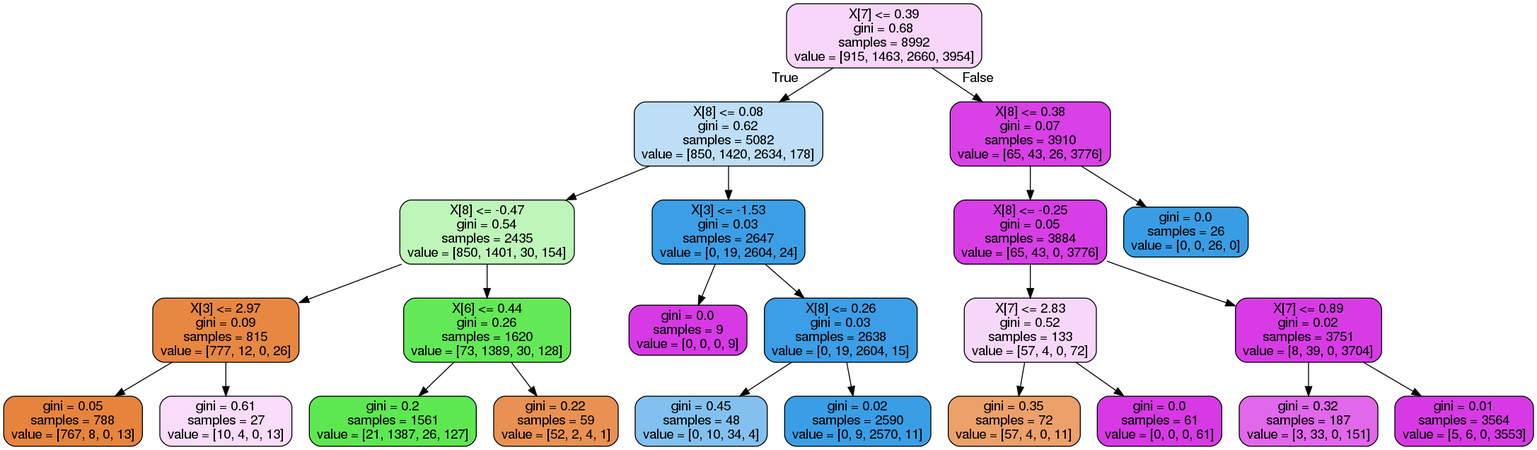
Before: tree.png, a diagram exported from Graphviz (ericaltenburg/TXStateREU). Its source is kept beside it as tree.dot. Its diagram source:
```dot
digraph Tree {
node [shape=box, style="filled, rounded", color="black", fontname=helvetica] ;
edge [fontname=helvetica] ;
0 [label="X[7] <= 0.39\ngini = 0.68\nsamples = 8992\nvalue = [915, 1463, 2660, 3954]", fillcolor="#d739e534"] ;
1 [label="X[8] <= 0.08\ngini = 0.62\nsamples = 5082\nvalue = [850, 1420, 2634, 178]", fillcolor="#399de555"] ;
0 -> 1 [labeldistance=2.5, labelangle=45, headlabel="True"] ;
2 [label="X[8] <= -0.47\ngini = 0.54\nsamples = 2435\nvalue = [850, 1401, 30, 154]", fillcolor="#47e53959"] ;
1 -> 2 ;
3 [label="X[3] <= 2.97\ngini = 0.09\nsamples = 815\nvalue = [777, 12, 0, 26]", fillcolor="#e58139f3"] ;
2 -> 3 ;
4 [label="gini = 0.05\nsamples = 788\nvalue = [767, 8, 0, 13]", fillcolor="#e58139f8"] ;
3 -> 4 ;
5 [label="gini = 0.61\nsamples = 27\nvalue = [10, 4, 0, 13]", fillcolor="#d739e52d"] ;
3 -> 5 ;
6 [label="X[6] <= 0.44\ngini = 0.26\nsamples = 1620\nvalue = [73, 1389, 30, 128]", fillcolor="#47e539d8"] ;
2 -> 6 ;
7 [label="gini = 0.2\nsamples = 1561\nvalue = [21, 1387, 26, 127]", fillcolor="#47e539e0"] ;
6 -> 7 ;
8 [label="gini = 0.22\nsamples = 59\nvalue = [52, 2, 4, 1]", fillcolor="#e58139df"] ;
6 -> 8 ;
9 [label="X[3] <= -1.53\ngini = 0.03\nsamples = 2647\nvalue = [0, 19, 2604, 24]", fillcolor="#399de5fb"] ;
1 -> 9 ;
10 [label="gini = 0.0\nsamples = 9\nvalue = [0, 0, 0, 9]", fillcolor="#d739e5ff"] ;
9 -> 10 ;
11 [label="X[8] <= 0.26\ngini = 0.03\nsamples = 2638\nvalue = [0, 19, 2604, 15]", fillcolor="#399de5fc"] ;
9 -> 11 ;
12 [label="gini = 0.45\nsamples = 48\nvalue = [0, 10, 34, 4]", fillcolor="#399de5a1"] ;
11 -> 12 ;
13 [label="gini = 0.02\nsamples = 2590\nvalue = [0, 9, 2570, 11]", fillcolor="#399de5fd"] ;
11 -> 13 ;
14 [label="X[8] <= 0.38\ngini = 0.07\nsamples = 3910\nvalue = [65, 43, 26, 3776]", fillcolor="#d739e5f6"] ;
0 -> 14 [labeldistance=2.5, labelangle=-45, headlabel="False"] ;
15 [label="X[8] <= -0.25\ngini = 0.05\nsamples = 3884\nvalue = [65, 43, 0, 3776]", fillcolor="#d739e5f8"] ;
14 -> 15 ;
16 [label="X[7] <= 2.83\ngini = 0.52\nsamples = 133\nvalue = [57, 4, 0, 72]", fillcolor="#d739e532"] ;
15 -> 16 ;
17 [label="gini = 0.35\nsamples = 72\nvalue = [57, 4, 0, 11]", fillcolor="#e58139c0"] ;
16 -> 17 ;
18 [label="gini = 0.0\nsamples = 61\nvalue = [0, 0, 0, 61]", fillcolor="#d739e5ff"] ;
16 -> 18 ;
19 [label="X[7] <= 0.89\ngini = 0.02\nsamples = 3751\nvalue = [8, 39, 0, 3704]", fillcolor="#d739e5fc"] ;
15 -> 19 ;
20 [label="gini = 0.32\nsamples = 187\nvalue = [3, 33, 0, 151]", fillcolor="#d739e5c3"] ;
19 -> 20 ;
21 [label="gini = 0.01\nsamples = 3564\nvalue = [5, 6, 0, 3553]", fillcolor="#d739e5fe"] ;
19 -> 21 ;
22 [label="gini = 0.0\nsamples = 26\nvalue = [0, 0, 26, 0]", fillcolor="#399de5ff"] ;
14 -> 22 ;
}
```
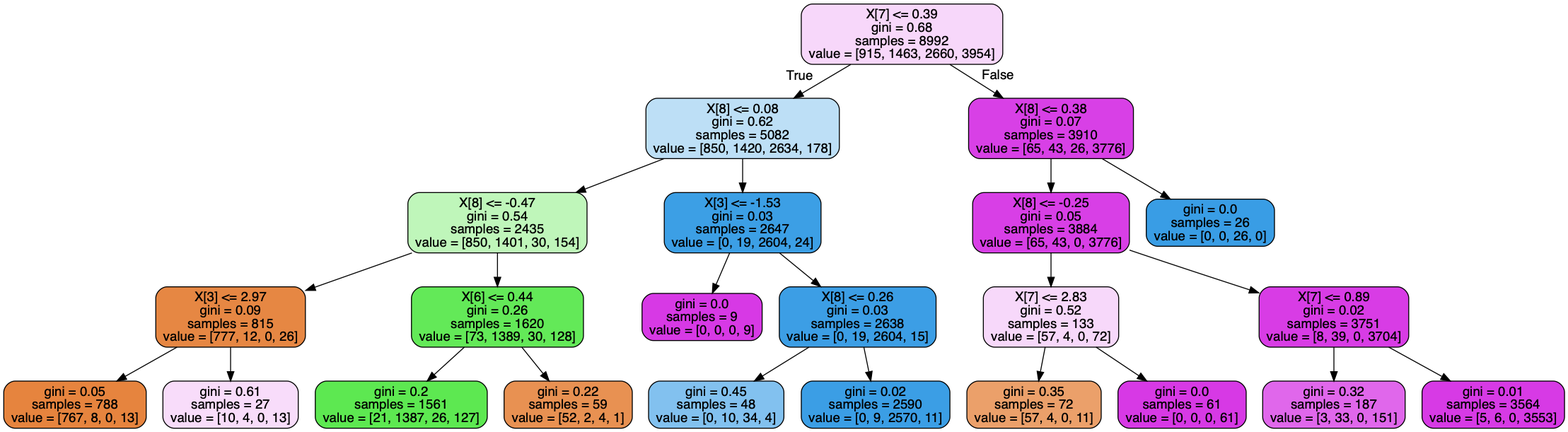
Later version of the same file.

Commit message:
Remove code that opens the tree after building.

What changed in the source:
```diff
@@ -1,49 +1,49 @@
 digraph Tree {
 node [shape=box, style="filled, rounded", color="black", fontname=helvetica] ;
 edge [fontname=helvetica] ;
-0 [label="X[7] <= 0.39\ngini = 0.68\nsamples = 8992\nvalue = [915, 1463, 2660, 3954]", fillcolor="#d739e534"] ;
-1 [label="X[8] <= 0.08\ngini = 0.62\nsamples = 5082\nvalue = [850, 1420, 2634, 178]", fillcolor="#399de555"] ;
+0 [label="X[7] <= 0.39\ngini = 0.68\nsamples = 8992\nvalue = [915, 1463, 2660, 3954]", fillcolor="#f7d7fa"] ;
+1 [label="X[8] <= 0.08\ngini = 0.62\nsamples = 5082\nvalue = [850, 1420, 2634, 178]", fillcolor="#bddff6"] ;
 0 -> 1 [labeldistance=2.5, labelangle=45, headlabel="True"] ;
-2 [label="X[8] <= -0.47\ngini = 0.54\nsamples = 2435\nvalue = [850, 1401, 30, 154]", fillcolor="#47e53959"] ;
+2 [label="X[8] <= -0.47\ngini = 0.54\nsamples = 2435\nvalue = [850, 1401, 30, 154]", fillcolor="#bff6ba"] ;
 1 -> 2 ;
-3 [label="X[3] <= 2.97\ngini = 0.09\nsamples = 815\nvalue = [777, 12, 0, 26]", fillcolor="#e58139f3"] ;
+3 [label="X[3] <= 2.97\ngini = 0.09\nsamples = 815\nvalue = [777, 12, 0, 26]", fillcolor="#e68743"] ;
 2 -> 3 ;
-4 [label="gini = 0.05\nsamples = 788\nvalue = [767, 8, 0, 13]", fillcolor="#e58139f8"] ;
+4 [label="gini = 0.05\nsamples = 788\nvalue = [767, 8, 0, 13]", fillcolor="#e6843e"] ;
 3 -> 4 ;
-5 [label="gini = 0.61\nsamples = 27\nvalue = [10, 4, 0, 13]", fillcolor="#d739e52d"] ;
+5 [label="gini = 0.61\nsamples = 27\nvalue = [10, 4, 0, 13]", fillcolor="#f8dcfa"] ;
 3 -> 5 ;
-6 [label="X[6] <= 0.44\ngini = 0.26\nsamples = 1620\nvalue = [73, 1389, 30, 128]", fillcolor="#47e539d8"] ;
+6 [label="X[6] <= 0.44\ngini = 0.26\nsamples = 1620\nvalue = [73, 1389, 30, 128]", fillcolor="#63e958"] ;
 2 -> 6 ;
-7 [label="gini = 0.2\nsamples = 1561\nvalue = [21, 1387, 26, 127]", fillcolor="#47e539e0"] ;
+7 [label="gini = 0.2\nsamples = 1561\nvalue = [21, 1387, 26, 127]", fillcolor="#5de851"] ;
 6 -> 7 ;
-8 [label="gini = 0.22\nsamples = 59\nvalue = [52, 2, 4, 1]", fillcolor="#e58139df"] ;
+8 [label="gini = 0.22\nsamples = 59\nvalue = [52, 2, 4, 1]", fillcolor="#e89152"] ;
 6 -> 8 ;
-9 [label="X[3] <= -1.53\ngini = 0.03\nsamples = 2647\nvalue = [0, 19, 2604, 24]", fillcolor="#399de5fb"] ;
+9 [label="X[3] <= -1.53\ngini = 0.03\nsamples = 2647\nvalue = [0, 19, 2604, 24]", fillcolor="#3c9fe5"] ;
 1 -> 9 ;
-10 [label="gini = 0.0\nsamples = 9\nvalue = [0, 0, 0, 9]", fillcolor="#d739e5ff"] ;
+10 [label="gini = 0.0\nsamples = 9\nvalue = [0, 0, 0, 9]", fillcolor="#d739e5"] ;
 9 -> 10 ;
-11 [label="X[8] <= 0.26\ngini = 0.03\nsamples = 2638\nvalue = [0, 19, 2604, 15]", fillcolor="#399de5fc"] ;
+11 [label="X[8] <= 0.26\ngini = 0.03\nsamples = 2638\nvalue = [0, 19, 2604, 15]", fillcolor="#3c9ee5"] ;
 9 -> 11 ;
-12 [label="gini = 0.45\nsamples = 48\nvalue = [0, 10, 34, 4]", fillcolor="#399de5a1"] ;
+12 [label="gini = 0.45\nsamples = 48\nvalue = [0, 10, 34, 4]", fillcolor="#82c1ef"] ;
 11 -> 12 ;
-13 [label="gini = 0.02\nsamples = 2590\nvalue = [0, 9, 2570, 11]", fillcolor="#399de5fd"] ;
+13 [label="gini = 0.02\nsamples = 2590\nvalue = [0, 9, 2570, 11]", fillcolor="#3b9ee5"] ;
 11 -> 13 ;
-14 [label="X[8] <= 0.38\ngini = 0.07\nsamples = 3910\nvalue = [65, 43, 26, 3776]", fillcolor="#d739e5f6"] ;
+14 [label="X[8] <= 0.38\ngini = 0.07\nsamples = 3910\nvalue = [65, 43, 26, 3776]", fillcolor="#d840e6"] ;
 0 -> 14 [labeldistance=2.5, labelangle=-45, headlabel="False"] ;
-15 [label="X[8] <= -0.25\ngini = 0.05\nsamples = 3884\nvalue = [65, 43, 0, 3776]", fillcolor="#d739e5f8"] ;
+15 [label="X[8] <= -0.25\ngini = 0.05\nsamples = 3884\nvalue = [65, 43, 0, 3776]", fillcolor="#d83fe6"] ;
 14 -> 15 ;
-16 [label="X[7] <= 2.83\ngini = 0.52\nsamples = 133\nvalue = [57, 4, 0, 72]", fillcolor="#d739e532"] ;
+16 [label="X[7] <= 2.83\ngini = 0.52\nsamples = 133\nvalue = [57, 4, 0, 72]", fillcolor="#f7d8fa"] ;
 15 -> 16 ;
-17 [label="gini = 0.35\nsamples = 72\nvalue = [57, 4, 0, 11]", fillcolor="#e58139c0"] ;
+17 [label="gini = 0.35\nsamples = 72\nvalue = [57, 4, 0, 11]", fillcolor="#eba06a"] ;
 16 -> 17 ;
-18 [label="gini = 0.0\nsamples = 61\nvalue = [0, 0, 0, 61]", fillcolor="#d739e5ff"] ;
+18 [label="gini = 0.0\nsamples = 61\nvalue = [0, 0, 0, 61]", fillcolor="#d739e5"] ;
 16 -> 18 ;
-19 [label="X[7] <= 0.89\ngini = 0.02\nsamples = 3751\nvalue = [8, 39, 0, 3704]", fillcolor="#d739e5fc"] ;
+19 [label="X[7] <= 0.89\ngini = 0.02\nsamples = 3751\nvalue = [8, 39, 0, 3704]", fillcolor="#d83ce5"] ;
 15 -> 19 ;
-20 [label="gini = 0.32\nsamples = 187\nvalue = [3, 33, 0, 151]", fillcolor="#d739e5c3"] ;
+20 [label="gini = 0.32\nsamples = 187\nvalue = [3, 33, 0, 151]", fillcolor="#e067eb"] ;
 19 -> 20 ;
-21 [label="gini = 0.01\nsamples = 3564\nvalue = [5, 6, 0, 3553]", fillcolor="#d739e5fe"] ;
+21 [label="gini = 0.01\nsamples = 3564\nvalue = [5, 6, 0, 3553]", fillcolor="#d73ae5"] ;
 19 -> 21 ;
-22 [label="gini = 0.0\nsamples = 26\nvalue = [0, 0, 26, 0]", fillcolor="#399de5ff"] ;
+22 [label="gini = 0.0\nsamples = 26\nvalue = [0, 0, 26, 0]", fillcolor="#399de5"] ;
 14 -> 22 ;
 }
```
